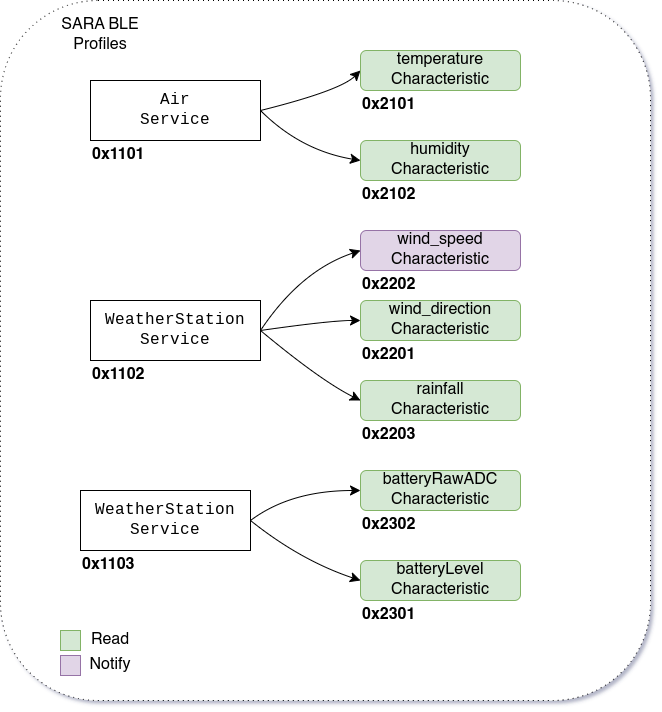
The draw.io diagram docs/ble_services.png in mxmueller/DHBW-Blickbox, before a commit. Source tidied: cells renumbered, new cells last; positions are measured from the earlier drawing's top-left corner, leaving out a move shared by most shapes.
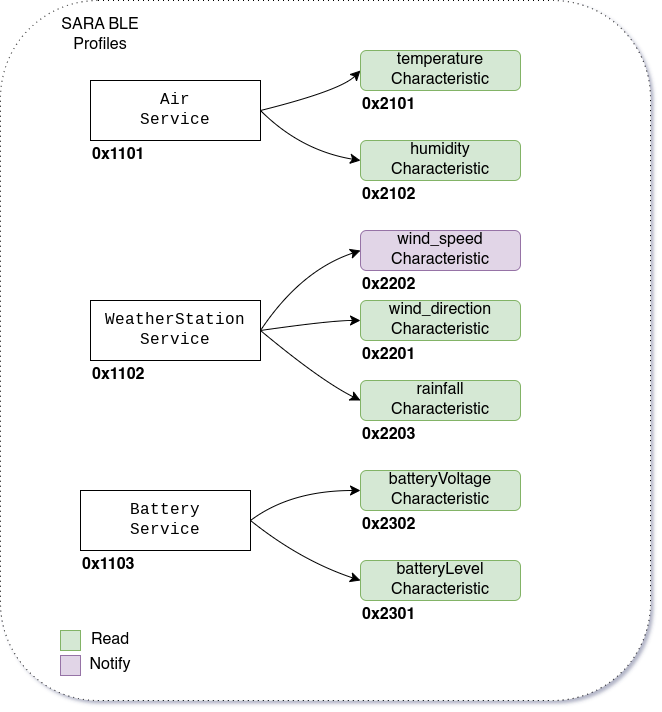
Later version of the same file.

Commit message:
#253 Schematik für Elektrischen Aufbau

Change to the diagram source:
```diff
@@ -106,10 +106,10 @@
     <mxCell id="29" style="group;" parent="1" vertex="1">
       <mxGeometry x="80" y="470" width="440" height="130" as="geometry" />
     </mxCell>
-    <mxCell id="30" value="&lt;pre style=&quot;&quot; id=&quot;tw-target-text&quot; class=&quot;tw-data-text tw-text-large tw-ta&quot;&gt;WeatherStation&lt;br&gt;Service&lt;/pre&gt;" style="rounded=0;whiteSpace=wrap;html=1;fontSize=16;align=center;" parent="29" vertex="1">
+    <mxCell id="30" value="&lt;pre style=&quot;&quot; id=&quot;tw-target-text&quot; class=&quot;tw-data-text tw-text-large tw-ta&quot;&gt;Battery&lt;br&gt;Service&lt;/pre&gt;" style="rounded=0;whiteSpace=wrap;html=1;fontSize=16;align=center;" parent="29" vertex="1">
       <mxGeometry y="20" width="170" height="60" as="geometry" />
     </mxCell>
-    <mxCell id="31" value="batteryRawADC&lt;br&gt;Characteristic" style="rounded=1;whiteSpace=wrap;html=1;fontSize=16;fillColor=#d5e8d4;strokeColor=#82b366;" parent="29" vertex="1">
+    <mxCell id="31" value="batteryVoltage&lt;br&gt;Characteristic" style="rounded=1;whiteSpace=wrap;html=1;fontSize=16;fillColor=#d5e8d4;strokeColor=#82b366;" parent="29" vertex="1">
       <mxGeometry x="280" width="160" height="40" as="geometry" />
     </mxCell>
     <mxCell id="32" style="edgeStyle=none;curved=1;rounded=0;jettySize=auto;html=1;exitX=1;exitY=0.5;exitDx=0;exitDy=0;entryX=0;entryY=0.5;entryDx=0;entryDy=0;fontSize=12;startSize=8;endSize=8;" parent="29" edge="1" source="30" target="31">
```
